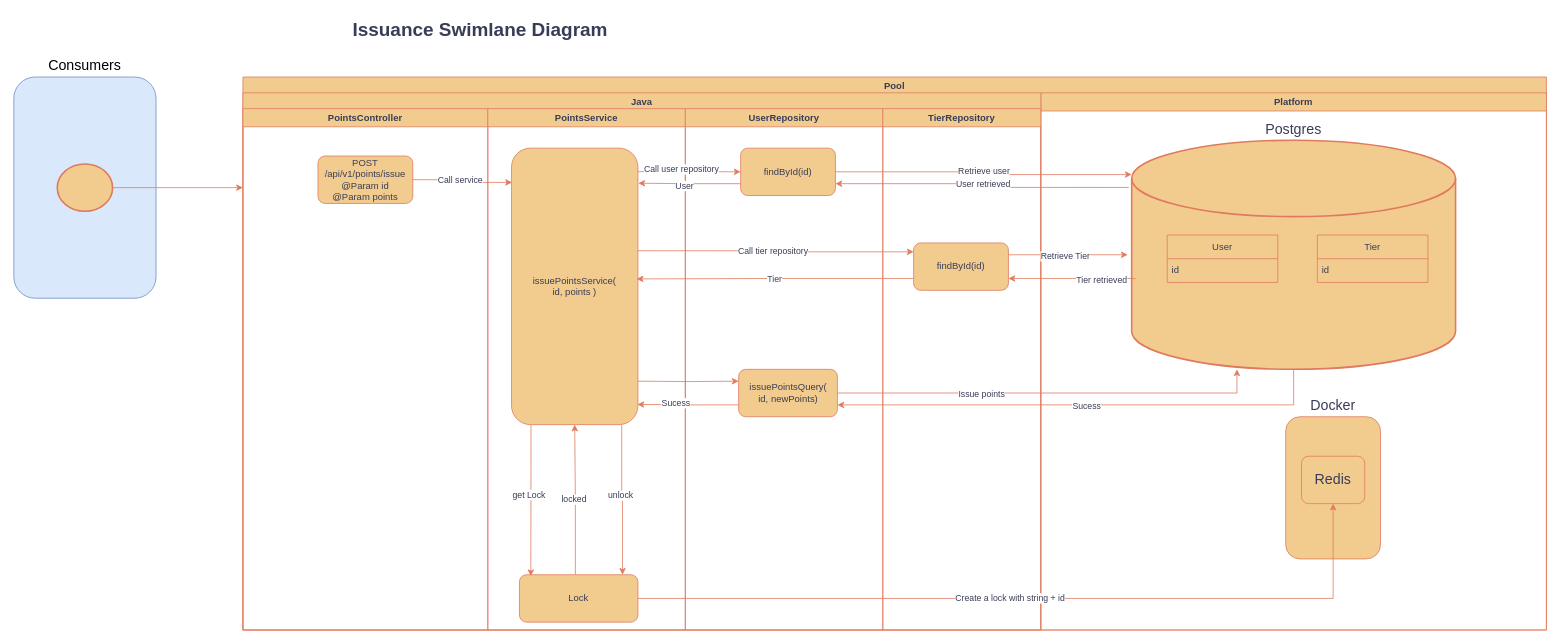
Before: interview/diagrams/Swinlane.drawio in DiasConsultoria/interview-card-points, a draw.io diagram. Source tidied: cells renumbered, new cells numbered last; positions are measured from the earlier drawing's top-left corner, leaving out a move shared by most shapes. Both pictures are drawn from the tidied source at 79%, with x=0, y=0 at pixel (13, 13).
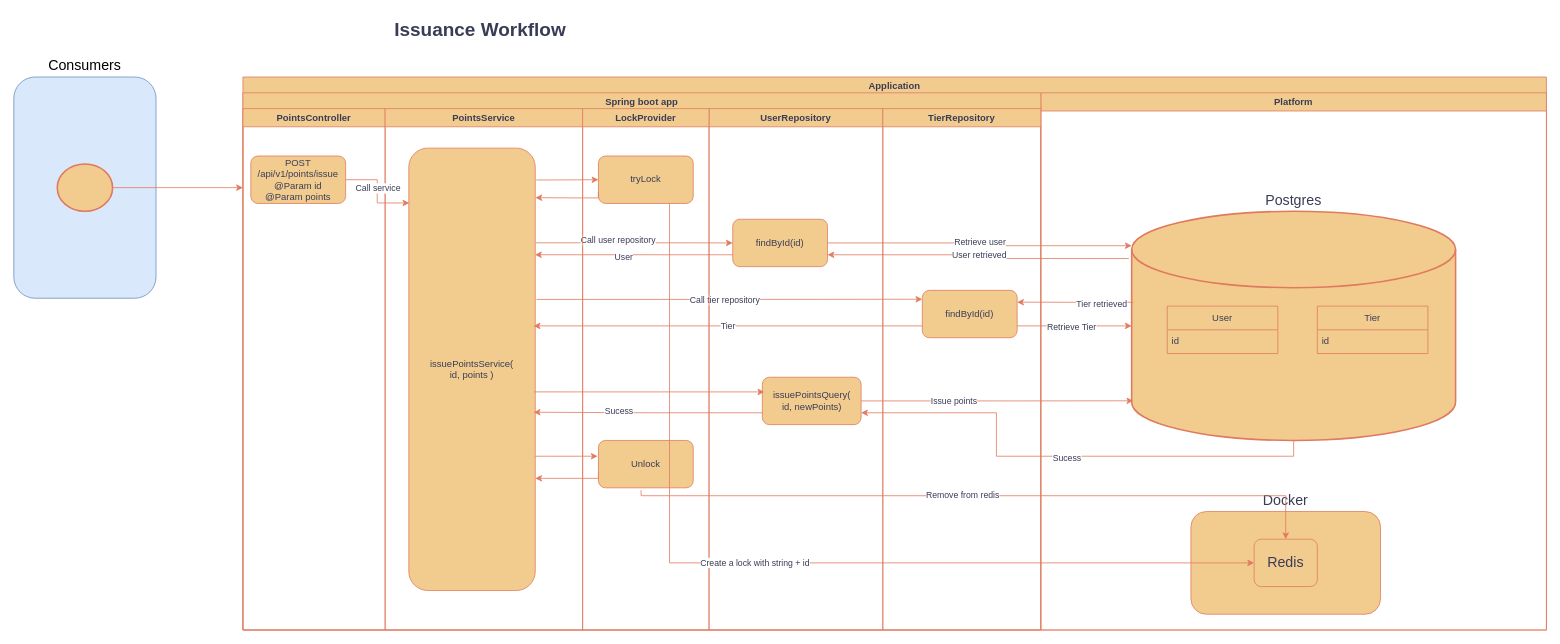
After the change.

Unchanged cells that the change refers to:
```xml
<mxCell id="3" value="Platform" style="swimlane;whiteSpace=wrap;html=1;strokeColor=#E07A5F;fontColor=#393C56;fillColor=#F2CC8F;startSize=23;" parent="2" vertex="1">
  <mxGeometry x="1010" y="20" width="640" height="680" as="geometry" />
</mxCell>
<mxCell id="28" value="TierRepository" style="swimlane;whiteSpace=wrap;html=1;strokeColor=#E07A5F;fontColor=#393C56;fillColor=#F2CC8F;" parent="11" vertex="1">
  <mxGeometry x="810" y="20" width="200" height="660" as="geometry" />
</mxCell>
```

Diff of the diagram source:
```diff
@@
-    <mxCell id="2" value="Pool" style="swimlane;whiteSpace=wrap;html=1;strokeColor=#E07A5F;fontColor=#393C56;fillColor=#F2CC8F;" parent="1" vertex="1">
+    <mxCell id="2" value="Application" style="swimlane;whiteSpace=wrap;html=1;strokeColor=#E07A5F;fontColor=#393C56;fillColor=#F2CC8F;" parent="1" vertex="1">
       <mxGeometry x="290" y="80" width="1650" height="700" as="geometry" />
     </mxCell>
@@
     <mxCell id="4" value="&lt;font style=&quot;font-size: 18px;&quot;&gt;Postgres&lt;/font&gt;" style="strokeWidth=2;html=1;shape=mxgraph.flowchart.database;whiteSpace=wrap;strokeColor=#E07A5F;fontColor=#393C56;fillColor=#F2CC8F;labelPosition=center;verticalLabelPosition=top;align=center;verticalAlign=bottom;" parent="3" vertex="1">
-      <mxGeometry x="115" y="60" width="410" height="290" as="geometry" />
+      <mxGeometry x="115" y="150" width="410" height="290" as="geometry" />
     </mxCell>
     <mxCell id="5" value="&lt;font style=&quot;font-size: 18px;&quot;&gt;Docker&lt;/font&gt;" style="rounded=1;whiteSpace=wrap;html=1;strokeColor=#E07A5F;fontColor=#393C56;fillColor=#F2CC8F;labelPosition=center;verticalLabelPosition=top;align=center;verticalAlign=bottom;" parent="3" vertex="1">
-      <mxGeometry x="310" y="410" width="120" height="180" as="geometry" />
+      <mxGeometry x="190" y="530" width="240" height="130" as="geometry" />
     </mxCell>
     <mxCell id="6" value="&lt;font style=&quot;font-size: 18px;&quot;&gt;Redis&lt;/font&gt;" style="rounded=1;whiteSpace=wrap;html=1;strokeColor=#E07A5F;fontColor=#393C56;fillColor=#F2CC8F;" parent="3" vertex="1">
-      <mxGeometry x="330" y="460" width="80" height="60" as="geometry" />
+      <mxGeometry x="270" y="565" width="80" height="60" as="geometry" />
     </mxCell>
     <mxCell id="7" value="User" style="swimlane;fontStyle=0;horizontal=1;startSize=30;whiteSpace=wrap;html=1;strokeColor=#E07A5F;fontColor=#393C56;fillColor=#F2CC8F;" parent="3" vertex="1">
-      <mxGeometry x="160" y="180" width="140" height="60" as="geometry" />
+      <mxGeometry x="160" y="270" width="140" height="60" as="geometry" />
     </mxCell>
@@
     <mxCell id="9" value="Tier" style="swimlane;fontStyle=0;horizontal=1;startSize=30;whiteSpace=wrap;html=1;strokeColor=#E07A5F;fontColor=#393C56;fillColor=#F2CC8F;" parent="3" vertex="1">
-      <mxGeometry x="350" y="180" width="140" height="60" as="geometry" />
+      <mxGeometry x="350" y="270" width="140" height="60" as="geometry" />
     </mxCell>
@@
-    <mxCell id="11" value="Java" style="swimlane;whiteSpace=wrap;html=1;strokeColor=#E07A5F;fontColor=#393C56;fillColor=#F2CC8F;" parent="2" vertex="1">
+    <mxCell id="11" value="Spring boot app" style="swimlane;whiteSpace=wrap;html=1;strokeColor=#E07A5F;fontColor=#393C56;fillColor=#F2CC8F;" parent="2" vertex="1">
       <mxGeometry y="20" width="1010" height="680" as="geometry" />
     </mxCell>
     <mxCell id="12" value="PointsController" style="swimlane;whiteSpace=wrap;html=1;strokeColor=#E07A5F;fontColor=#393C56;fillColor=#F2CC8F;" parent="11" vertex="1">
-      <mxGeometry y="20" width="310" height="660" as="geometry" />
+      <mxGeometry y="20" width="180" height="660" as="geometry" />
     </mxCell>
     <mxCell id="13" value="POST&lt;div&gt;/api/v1/points/issue&lt;br&gt;@Param id&lt;br&gt;@Param points&lt;/div&gt;" style="rounded=1;whiteSpace=wrap;html=1;strokeColor=#E07A5F;fontColor=#393C56;fillColor=#F2CC8F;" parent="12" vertex="1">
-      <mxGeometry x="95" y="60" width="120" height="60" as="geometry" />
+      <mxGeometry x="10" y="60" width="120" height="60" as="geometry" />
     </mxCell>
     <mxCell id="14" value="PointsService" style="swimlane;whiteSpace=wrap;html=1;strokeColor=#E07A5F;fontColor=#393C56;fillColor=#F2CC8F;startSize=23;" parent="11" vertex="1">
-      <mxGeometry x="310" y="20" width="250" height="660" as="geometry" />
+      <mxGeometry x="180" y="20" width="250" height="660" as="geometry" />
     </mxCell>
-    <mxCell id="15" style="edgeStyle=orthogonalEdgeStyle;rounded=0;jettySize=auto;html=1;strokeColor=#E07A5F;fontColor=#393C56;fillColor=#F2CC8F;exitX=0.872;exitY=1.002;exitDx=0;exitDy=0;entryX=0.87;entryY=0.001;entryDx=0;entryDy=0;exitPerimeter=0;entryPerimeter=0;" parent="14" edge="1" source="17" target="20">
-      <mxGeometry relative="1" as="geometry" />
-    </mxCell>
-    <mxCell id="16" value="unlock" style="edgeLabel;html=1;align=center;verticalAlign=middle;strokeColor=#E07A5F;fontColor=#393C56;fillColor=#F2CC8F;" parent="15" vertex="1">
-      <mxGeometry x="-0.06" y="-2" relative="1" as="geometry" />
-    </mxCell>
     <mxCell id="17" value="issuePointsService(&lt;div&gt;id, points )&lt;/div&gt;" style="rounded=1;whiteSpace=wrap;html=1;strokeColor=#E07A5F;fontColor=#393C56;fillColor=#F2CC8F;" parent="14" vertex="1">
-      <mxGeometry x="30" y="50" width="160" height="350" as="geometry" />
+      <mxGeometry x="30" y="50" width="160" height="560" as="geometry" />
     </mxCell>
-    <mxCell id="18" style="edgeStyle=orthogonalEdgeStyle;rounded=0;jettySize=auto;html=1;strokeColor=#E07A5F;fontColor=#393C56;fillColor=#F2CC8F;entryX=0.5;entryY=1;entryDx=0;entryDy=0;exitX=0.472;exitY=-0.01;exitDx=0;exitDy=0;exitPerimeter=0;" parent="14" edge="1" source="20" target="17">
-      <mxGeometry relative="1" as="geometry" />
-    </mxCell>
-    <mxCell id="19" value="locked" style="edgeLabel;html=1;align=center;verticalAlign=middle;strokeColor=#E07A5F;fontColor=#393C56;fillColor=#F2CC8F;" parent="18" vertex="1">
-      <mxGeometry x="0.01" y="2" relative="1" as="geometry" />
-    </mxCell>
-    <mxCell id="20" value="Lock" style="rounded=1;whiteSpace=wrap;html=1;strokeColor=#E07A5F;fontColor=#393C56;fillColor=#F2CC8F;" parent="14" vertex="1">
-      <mxGeometry x="40" y="590" width="150" height="60" as="geometry" />
-    </mxCell>
-    <mxCell id="21" style="edgeStyle=orthogonalEdgeStyle;rounded=0;jettySize=auto;html=1;strokeColor=#E07A5F;fontColor=#393C56;fillColor=#F2CC8F;exitX=0.154;exitY=1.002;exitDx=0;exitDy=0;exitPerimeter=0;entryX=0.096;entryY=0.031;entryDx=0;entryDy=0;entryPerimeter=0;" parent="14" edge="1" source="17" target="20">
-      <mxGeometry relative="1" as="geometry" />
-    </mxCell>
-    <mxCell id="22" value="get Lock" style="edgeLabel;html=1;align=center;verticalAlign=middle;strokeColor=#E07A5F;fontColor=#393C56;fillColor=#F2CC8F;" parent="21" vertex="1">
-      <mxGeometry x="-0.08" y="-3" relative="1" as="geometry" />
-    </mxCell>
+    <mxCell id="59" style="edgeStyle=orthogonalEdgeStyle;rounded=0;orthogonalLoop=1;jettySize=auto;html=1;strokeColor=#E07A5F;fontColor=#393C56;fillColor=#F2CC8F;entryX=0;entryY=0.5;entryDx=0;entryDy=0;exitX=1.008;exitY=0.072;exitDx=0;exitDy=0;exitPerimeter=0;" parent="14" edge="1">
+      <mxGeometry relative="1" as="geometry">
+        <mxPoint x="190" y="440" as="sourcePoint" />
+        <mxPoint x="269" y="440" as="targetPoint" />
+        <Array as="points">
+          <mxPoint x="209" y="440" />
+        </Array>
+      </mxGeometry>
+    </mxCell>
+    <mxCell id="60" style="edgeStyle=orthogonalEdgeStyle;rounded=0;orthogonalLoop=1;jettySize=auto;html=1;strokeColor=#E07A5F;fontColor=#393C56;fillColor=#F2CC8F;entryX=1.001;entryY=0.112;entryDx=0;entryDy=0;exitX=0;exitY=0.75;exitDx=0;exitDy=0;entryPerimeter=0;" parent="14" edge="1">
+      <mxGeometry relative="1" as="geometry">
+        <mxPoint x="270" y="460" as="sourcePoint" />
+        <mxPoint x="190" y="468" as="targetPoint" />
+        <Array as="points">
+          <mxPoint x="270" y="468" />
+          <mxPoint x="239" y="468" />
+        </Array>
+      </mxGeometry>
+    </mxCell>
     <mxCell id="23" value="UserRepository" style="swimlane;whiteSpace=wrap;html=1;strokeColor=#E07A5F;fontColor=#393C56;fillColor=#F2CC8F;" parent="11" vertex="1">
-      <mxGeometry x="560" y="20" width="250" height="660" as="geometry" />
+      <mxGeometry x="590" y="20" width="220" height="660" as="geometry" />
     </mxCell>
     <mxCell id="24" value="findById(id)" style="rounded=1;whiteSpace=wrap;html=1;strokeColor=#E07A5F;fontColor=#393C56;fillColor=#F2CC8F;" parent="23" vertex="1">
-      <mxGeometry x="70" y="50" width="120" height="60" as="geometry" />
+      <mxGeometry x="30" y="140" width="120" height="60" as="geometry" />
     </mxCell>
     <mxCell id="25" value="issuePointsQuery(&lt;div&gt;id, newPoints)&lt;/div&gt;" style="rounded=1;whiteSpace=wrap;html=1;strokeColor=#E07A5F;fontColor=#393C56;fillColor=#F2CC8F;" parent="23" vertex="1">
-      <mxGeometry x="67.5" y="330" width="125" height="60" as="geometry" />
+      <mxGeometry x="67.5" y="340" width="125" height="60" as="geometry" />
     </mxCell>
@@
     <mxCell id="29" value="findById(id)" style="rounded=1;whiteSpace=wrap;html=1;strokeColor=#E07A5F;fontColor=#393C56;fillColor=#F2CC8F;" parent="28" vertex="1">
-      <mxGeometry x="39" y="170" width="120" height="60" as="geometry" />
+      <mxGeometry x="50" y="230" width="120" height="60" as="geometry" />
     </mxCell>
-    <mxCell id="30" style="edgeStyle=orthogonalEdgeStyle;rounded=0;jettySize=auto;html=1;exitX=1.003;exitY=0.085;exitDx=0;exitDy=0;entryX=0;entryY=0.5;entryDx=0;entryDy=0;strokeColor=#E07A5F;fontColor=#393C56;fillColor=#F2CC8F;exitPerimeter=0;" parent="11" edge="1" source="17" target="24">
+    <mxCell id="30" style="edgeStyle=orthogonalEdgeStyle;rounded=0;jettySize=auto;html=1;exitX=1.003;exitY=0.214;exitDx=0;exitDy=0;entryX=0;entryY=0.5;entryDx=0;entryDy=0;strokeColor=#E07A5F;fontColor=#393C56;fillColor=#F2CC8F;exitPerimeter=0;" parent="11" edge="1" source="17" target="24">
       <mxGeometry relative="1" as="geometry" />
     </mxCell>
@@
-    <mxCell id="32" style="edgeStyle=orthogonalEdgeStyle;rounded=0;jettySize=auto;html=1;exitX=0;exitY=0.75;exitDx=0;exitDy=0;strokeColor=#E07A5F;fontColor=#393C56;fillColor=#F2CC8F;entryX=1.003;entryY=0.127;entryDx=0;entryDy=0;entryPerimeter=0;" parent="11" edge="1" source="24" target="17">
+    <mxCell id="32" style="edgeStyle=orthogonalEdgeStyle;rounded=0;jettySize=auto;html=1;exitX=0;exitY=0.75;exitDx=0;exitDy=0;strokeColor=#E07A5F;fontColor=#393C56;fillColor=#F2CC8F;entryX=0.998;entryY=0.241;entryDx=0;entryDy=0;entryPerimeter=0;" parent="11" edge="1" source="24" target="17">
       <mxGeometry relative="1" as="geometry" />
     </mxCell>
@@
-    <mxCell id="34" style="edgeStyle=orthogonalEdgeStyle;rounded=0;jettySize=auto;html=1;exitX=0.996;exitY=0.371;exitDx=0;exitDy=0;strokeColor=#E07A5F;fontColor=#393C56;fillColor=#F2CC8F;entryX=0;entryY=0.188;entryDx=0;entryDy=0;entryPerimeter=0;exitPerimeter=0;" parent="11" edge="1" source="17" target="29">
+    <mxCell id="34" style="edgeStyle=orthogonalEdgeStyle;rounded=0;jettySize=auto;html=1;exitX=1.011;exitY=0.342;exitDx=0;exitDy=0;strokeColor=#E07A5F;fontColor=#393C56;fillColor=#F2CC8F;entryX=0;entryY=0.188;entryDx=0;entryDy=0;entryPerimeter=0;exitPerimeter=0;" parent="11" edge="1" source="17" target="29">
       <mxGeometry relative="1" as="geometry" />
     </mxCell>
@@
-    <mxCell id="36" style="edgeStyle=orthogonalEdgeStyle;rounded=0;jettySize=auto;html=1;exitX=0;exitY=0.75;exitDx=0;exitDy=0;strokeColor=#E07A5F;fontColor=#393C56;fillColor=#F2CC8F;entryX=0.99;entryY=0.473;entryDx=0;entryDy=0;entryPerimeter=0;" parent="11" edge="1" source="29" target="17">
-      <mxGeometry relative="1" as="geometry" />
+    <mxCell id="36" style="edgeStyle=orthogonalEdgeStyle;rounded=0;jettySize=auto;html=1;exitX=0;exitY=0.75;exitDx=0;exitDy=0;strokeColor=#E07A5F;fontColor=#393C56;fillColor=#F2CC8F;" parent="11" edge="1" source="29">
+      <mxGeometry relative="1" as="geometry">
+        <mxPoint x="368" y="295" as="targetPoint" />
+      </mxGeometry>
     </mxCell>
@@
-    <mxCell id="38" style="edgeStyle=orthogonalEdgeStyle;rounded=0;jettySize=auto;html=1;strokeColor=#E07A5F;fontColor=#393C56;fillColor=#F2CC8F;entryX=0;entryY=0.25;entryDx=0;entryDy=0;" parent="11" edge="1" target="25">
-      <mxGeometry relative="1" as="geometry">
-        <mxPoint x="500" y="365" as="sourcePoint" />
-      </mxGeometry>
+    <mxCell id="38" style="edgeStyle=orthogonalEdgeStyle;rounded=0;jettySize=auto;html=1;strokeColor=#E07A5F;fontColor=#393C56;fillColor=#F2CC8F;entryX=0.02;entryY=0.31;entryDx=0;entryDy=0;exitX=0.993;exitY=0.551;exitDx=0;exitDy=0;exitPerimeter=0;entryPerimeter=0;" parent="11" edge="1" source="17" target="25">
+      <mxGeometry relative="1" as="geometry" />
     </mxCell>
-    <mxCell id="39" style="edgeStyle=orthogonalEdgeStyle;rounded=0;jettySize=auto;html=1;exitX=0;exitY=0.75;exitDx=0;exitDy=0;strokeColor=#E07A5F;fontColor=#393C56;fillColor=#F2CC8F;entryX=0.996;entryY=0.927;entryDx=0;entryDy=0;entryPerimeter=0;" parent="11" edge="1" source="25" target="17">
+    <mxCell id="39" style="edgeStyle=orthogonalEdgeStyle;rounded=0;jettySize=auto;html=1;exitX=0;exitY=0.75;exitDx=0;exitDy=0;strokeColor=#E07A5F;fontColor=#393C56;fillColor=#F2CC8F;entryX=0.988;entryY=0.597;entryDx=0;entryDy=0;entryPerimeter=0;" parent="11" edge="1" source="25" target="17">
       <mxGeometry relative="1" as="geometry" />
     </mxCell>
@@
+    <mxCell id="61" value="LockProvider" style="swimlane;whiteSpace=wrap;html=1;strokeColor=#E07A5F;fontColor=#393C56;fillColor=#F2CC8F;" parent="11" vertex="1">
+      <mxGeometry x="430" y="20" width="160" height="660" as="geometry" />
+    </mxCell>
+    <mxCell id="62" value="tryLock" style="rounded=1;whiteSpace=wrap;html=1;strokeColor=#E07A5F;fontColor=#393C56;fillColor=#F2CC8F;" parent="61" vertex="1">
+      <mxGeometry x="20" y="60" width="120" height="60" as="geometry" />
+    </mxCell>
+    <mxCell id="63" value="Unlock" style="rounded=1;whiteSpace=wrap;html=1;strokeColor=#E07A5F;fontColor=#393C56;fillColor=#F2CC8F;" parent="61" vertex="1">
+      <mxGeometry x="20" y="420" width="120" height="60" as="geometry" />
+    </mxCell>
+    <mxCell id="64" style="edgeStyle=orthogonalEdgeStyle;rounded=0;jettySize=auto;html=1;strokeColor=#E07A5F;fontColor=#393C56;fillColor=#F2CC8F;entryX=0;entryY=0.5;entryDx=0;entryDy=0;exitX=1.008;exitY=0.072;exitDx=0;exitDy=0;exitPerimeter=0;" parent="11" edge="1" source="17" target="62">
+      <mxGeometry relative="1" as="geometry">
+        <Array as="points">
+          <mxPoint x="390" y="110" />
+        </Array>
+      </mxGeometry>
+    </mxCell>
+    <mxCell id="65" style="edgeStyle=orthogonalEdgeStyle;rounded=0;jettySize=auto;html=1;strokeColor=#E07A5F;fontColor=#393C56;fillColor=#F2CC8F;entryX=1.001;entryY=0.112;entryDx=0;entryDy=0;exitX=0;exitY=0.75;exitDx=0;exitDy=0;entryPerimeter=0;" parent="11" edge="1" source="62" target="17">
+      <mxGeometry relative="1" as="geometry">
+        <Array as="points">
+          <mxPoint x="450" y="133" />
+          <mxPoint x="419" y="133" />
+        </Array>
+      </mxGeometry>
+    </mxCell>
-    <mxCell id="41" style="edgeStyle=orthogonalEdgeStyle;rounded=0;jettySize=auto;html=1;exitX=1;exitY=0.5;exitDx=0;exitDy=0;entryX=0.5;entryY=1;entryDx=0;entryDy=0;strokeColor=#E07A5F;fontColor=#393C56;fillColor=#F2CC8F;" parent="2" edge="1" source="20" target="6">
+    <mxCell id="41" style="edgeStyle=orthogonalEdgeStyle;rounded=0;jettySize=auto;html=1;strokeColor=#E07A5F;fontColor=#393C56;fillColor=#F2CC8F;exitX=0.75;exitY=1;exitDx=0;exitDy=0;entryX=0;entryY=0.5;entryDx=0;entryDy=0;" parent="2" edge="1" source="62" target="6">
       <mxGeometry relative="1" as="geometry" />
     </mxCell>
@@
-    <mxCell id="47" style="edgeStyle=orthogonalEdgeStyle;rounded=0;jettySize=auto;html=1;exitX=1;exitY=0.25;exitDx=0;exitDy=0;strokeColor=#E07A5F;fontColor=#393C56;fillColor=#F2CC8F;" parent="2" edge="1" source="29">
-      <mxGeometry relative="1" as="geometry">
-        <mxPoint x="1120" y="225" as="targetPoint" />
-      </mxGeometry>
+    <mxCell id="47" style="edgeStyle=orthogonalEdgeStyle;rounded=0;jettySize=auto;html=1;exitX=1;exitY=0.75;exitDx=0;exitDy=0;strokeColor=#E07A5F;fontColor=#393C56;fillColor=#F2CC8F;entryX=0;entryY=0.5;entryDx=0;entryDy=0;entryPerimeter=0;" parent="2" edge="1" source="29" target="4">
+      <mxGeometry relative="1" as="geometry" />
     </mxCell>
@@
-    <mxCell id="49" style="edgeStyle=orthogonalEdgeStyle;rounded=0;orthogonalLoop=1;jettySize=auto;html=1;strokeColor=#E07A5F;fontColor=#393C56;fillColor=#F2CC8F;" parent="2" edge="1">
-      <mxGeometry relative="1" as="geometry">
-        <mxPoint x="1130" y="255" as="sourcePoint" />
-        <mxPoint x="969" y="255" as="targetPoint" />
-      </mxGeometry>
+    <mxCell id="49" style="edgeStyle=orthogonalEdgeStyle;rounded=0;jettySize=auto;html=1;strokeColor=#E07A5F;fontColor=#393C56;fillColor=#F2CC8F;entryX=1;entryY=0.25;entryDx=0;entryDy=0;exitX=0.005;exitY=0.397;exitDx=0;exitDy=0;exitPerimeter=0;" parent="2" edge="1" source="4" target="29">
+      <mxGeometry relative="1" as="geometry" />
     </mxCell>
@@
-    <mxCell id="51" style="edgeStyle=orthogonalEdgeStyle;rounded=0;jettySize=auto;html=1;exitX=1;exitY=0.5;exitDx=0;exitDy=0;entryX=0.325;entryY=1;entryDx=0;entryDy=0;entryPerimeter=0;strokeColor=#E07A5F;fontColor=#393C56;fillColor=#F2CC8F;" parent="2" edge="1" source="25" target="4">
+    <mxCell id="51" style="edgeStyle=orthogonalEdgeStyle;rounded=0;jettySize=auto;html=1;exitX=1;exitY=0.5;exitDx=0;exitDy=0;entryX=0.005;entryY=0.827;entryDx=0;entryDy=0;entryPerimeter=0;strokeColor=#E07A5F;fontColor=#393C56;fillColor=#F2CC8F;" parent="2" edge="1" source="25" target="4">
       <mxGeometry relative="1" as="geometry" />
     </mxCell>
@@
+    <mxCell id="66" style="edgeStyle=orthogonalEdgeStyle;rounded=0;jettySize=auto;html=1;strokeColor=#E07A5F;fontColor=#393C56;fillColor=#F2CC8F;exitX=0.45;exitY=1.05;exitDx=0;exitDy=0;entryX=0.5;entryY=0;entryDx=0;entryDy=0;exitPerimeter=0;" parent="2" edge="1" source="63" target="6">
+      <mxGeometry relative="1" as="geometry">
+        <Array as="points">
+          <mxPoint x="504" y="530" />
+          <mxPoint x="1320" y="530" />
+        </Array>
+      </mxGeometry>
+    </mxCell>
+    <mxCell id="67" value="Remove from redis" style="edgeLabel;html=1;align=center;verticalAlign=middle;strokeColor=#E07A5F;fontColor=#393C56;fillColor=#F2CC8F;" parent="66" vertex="1">
+      <mxGeometry x="-0.06" y="1" relative="1" as="geometry" />
+    </mxCell>
@@
-    <mxCell id="58" value="&lt;b style=&quot;&quot;&gt;&lt;font style=&quot;font-size: 24px;&quot;&gt;Issuance Swimlane Diagram&lt;/font&gt;&lt;/b&gt;" style="text;html=1;align=center;verticalAlign=middle;strokeColor=none;fillColor=none;fontColor=#393C56;" parent="1" vertex="1">
-      <mxGeometry x="415" width="350" height="40" as="geometry" />
+    <mxCell id="58" value="&lt;b style=&quot;&quot;&gt;&lt;font style=&quot;font-size: 24px;&quot;&gt;Issuance Workflow&lt;/font&gt;&lt;/b&gt;" style="text;html=1;align=center;verticalAlign=middle;strokeColor=none;fillColor=none;fontColor=#393C56;" parent="1" vertex="1">
+      <mxGeometry x="470" width="240" height="40" as="geometry" />
     </mxCell>
```
